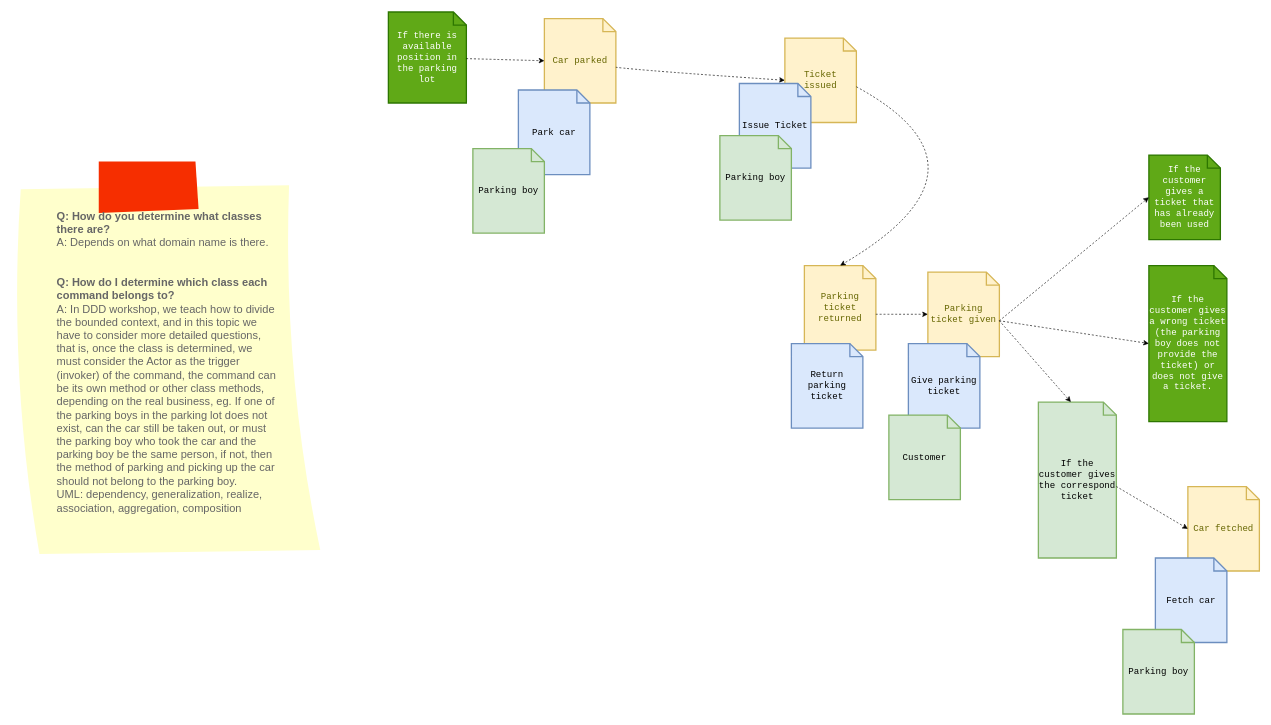
Earlier version of the draw.io diagram page "Domain Events and Commands" (2 of 3) of docs/Event Storming.drawio (TWA-Agile-Full-Stack-Bootcamp-2022/ParkingLot). Source tidied: cells renumbered, new cells numbered last; positions are measured from the earlier drawing's top-left corner, leaving out a move shared by most shapes. Both pictures are drawn from the tidied source at 65%, with x=0, y=0 at pixel (11, 12).
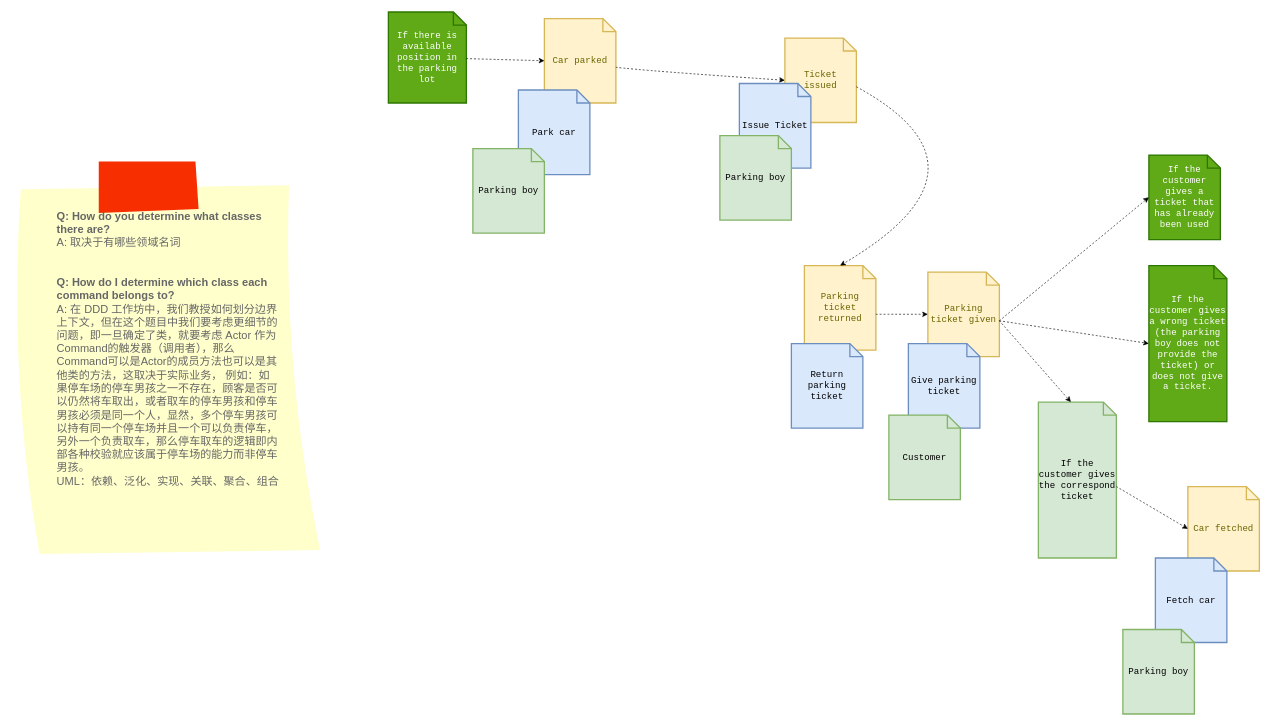
The same diagram, later.

The edit, as a diff of the source:
```diff
@@
-    <mxCell id="24" value="&lt;b&gt;Q: How do you determine what classes there are?&lt;/b&gt;&lt;br&gt;A:&amp;nbsp;Depends on what domain name is there.&lt;br&gt;&lt;br&gt;&lt;br&gt;&lt;b&gt;Q: How do I determine which class each command belongs to?&lt;/b&gt;&lt;br&gt;A: In DDD workshop, we teach how to divide the bounded context, and in this topic we have to consider more detailed questions, that is, once the class is determined, we must consider the Actor as the trigger (invoker) of the command, the command can be its own method or other class methods, depending on the real business, eg.&amp;nbsp;If one of the parking boys in the parking lot does not exist, can the car still be taken out, or must the parking boy who took the car and the parking boy be the same person, if not, then the method of parking and picking up the car should not belong to the parking boy.&lt;br&gt;UML:&amp;nbsp;dependency, generalization, realize, association, aggregation, composition&lt;br&gt;" style="strokeWidth=1;shadow=0;dashed=0;align=left;html=1;shape=mxgraph.mockup.text.stickyNote2;fontColor=#666666;mainText=;fontSize=17;whiteSpace=wrap;fillColor=#ffffcc;strokeColor=#F62E00;verticalAlign=top;spacing=70;" parent="1" vertex="1">
+    <mxCell id="24" value="&lt;b&gt;Q: How do you determine what classes there are?&lt;/b&gt;&lt;br&gt;A:&amp;nbsp;取决于有哪些领域名词&lt;br&gt;&lt;br&gt;&lt;br&gt;&lt;b&gt;Q: How do I determine which class each command belongs to?&lt;/b&gt;&lt;br&gt;A: 在 DDD 工作坊中，我们教授如何划分边界上下文，但在这个题目中我们要考虑更细节的问题，即一旦确定了类，就要考虑 Actor 作为Command的触发器（调用者），那么Command可以是Actor的成员方法也可以是其他类的方法，这取决于实际业务， 例如：如果停车场的停车男孩之一不存在，顾客是否可以仍然将车取出，或者取车的停车男孩和停车男孩必须是同一个人，显然，多个停车男孩可以持有同一个停车场并且一个可以负责停车，另外一个负责取车，那么停车取车的逻辑即内部各种校验就应该属于停车场的能力而非停车男孩。&lt;br&gt;UML：依赖、泛化、实现、关联、聚合、组合" style="strokeWidth=1;shadow=0;dashed=0;align=left;html=1;shape=mxgraph.mockup.text.stickyNote2;fontColor=#666666;mainText=;fontSize=17;whiteSpace=wrap;fillColor=#ffffcc;strokeColor=#F62E00;verticalAlign=top;spacing=70;" parent="1" vertex="1">
       <mxGeometry y="230" width="480" height="610" as="geometry" />
     </mxCell>
```
